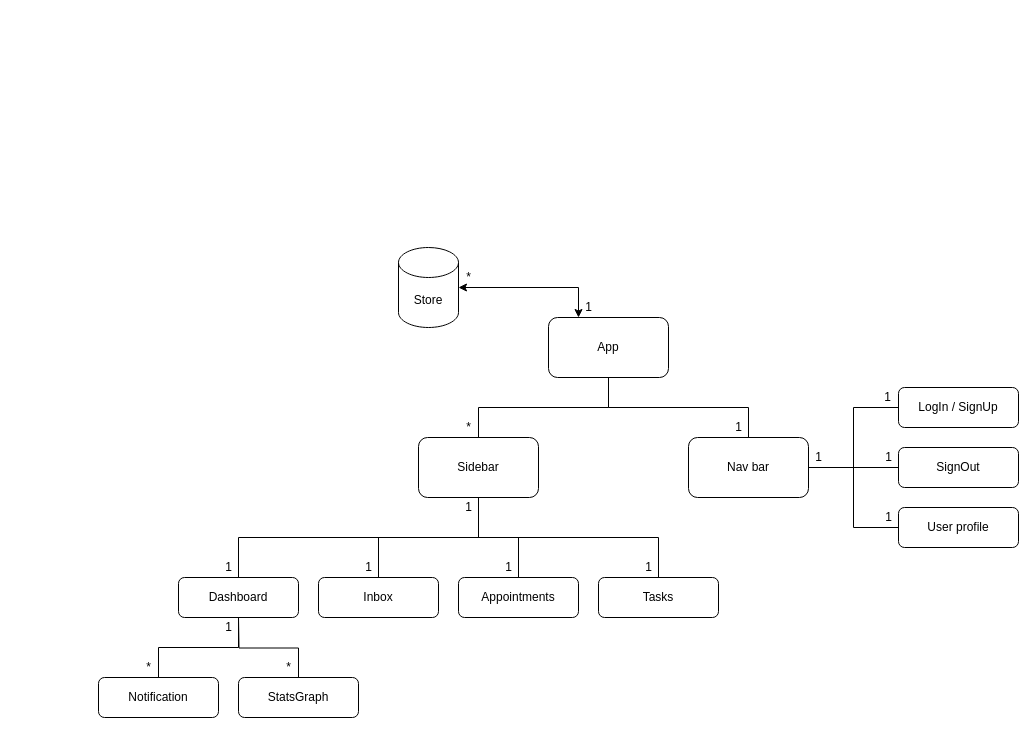
Before: wiki_docs/SAD/Domain model diagram.drawio in SamanthaGuillemette/SOEN390, a draw.io diagram. Source tidied: cells renumbered, new cells numbered last; positions are measured from the earlier drawing's top-left corner, leaving out a move shared by most shapes. Both pictures are drawn from the tidied source at 100%, with x=0, y=0 at pixel (98, 247).
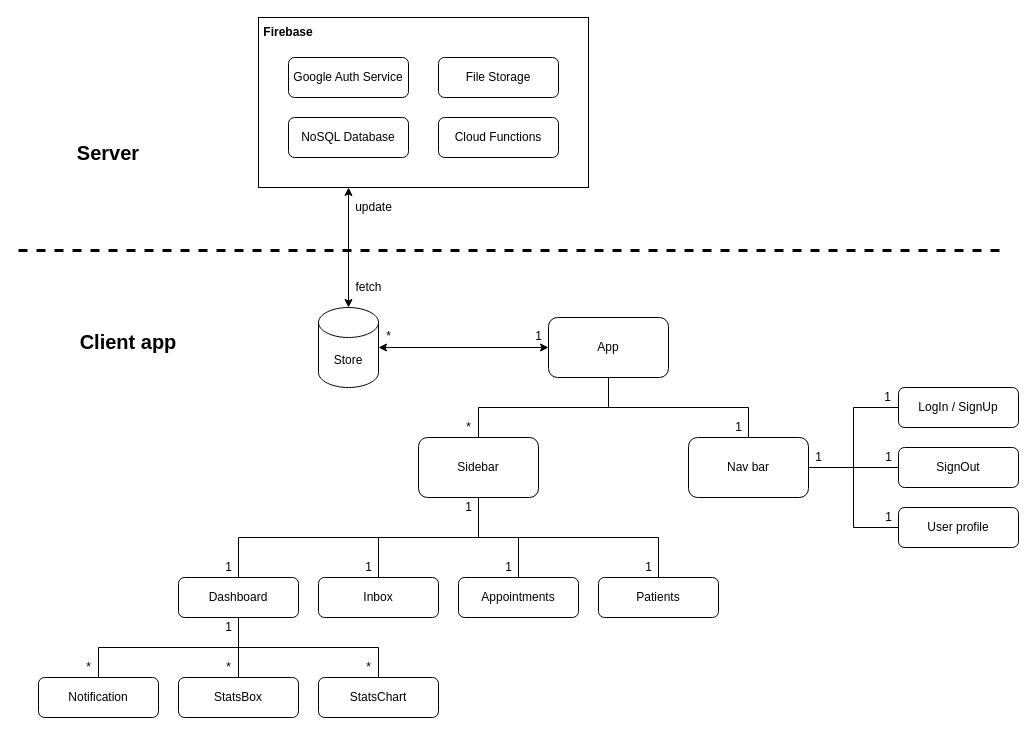
The same diagram, later.

Commit message (it also covers changes not shown here):
updated domain model diagram

Unchanged cells that the change refers to:
```xml
<mxCell id="4" value="App" style="rounded=1;whiteSpace=wrap;html=1;" parent="1" vertex="1">
  <mxGeometry x="450" y="70" width="120" height="60" as="geometry" />
</mxCell>
<mxCell id="22" value="Dashboard" style="rounded=1;whiteSpace=wrap;html=1;" parent="1" vertex="1">
  <mxGeometry x="80" y="330" width="120" height="40" as="geometry" />
</mxCell>
```

What changed in the source:
```diff
@@
+    <mxCell id="43" style="rounded=0;whiteSpace=wrap;html=1;" parent="1" vertex="1">
+      <mxGeometry x="160" y="-230" width="330" height="170" as="geometry" />
+    </mxCell>
@@
     <mxCell id="11" value="Notification" style="rounded=1;whiteSpace=wrap;html=1;" parent="1" vertex="1">
-      <mxGeometry y="430" width="120" height="40" as="geometry" />
+      <mxGeometry x="-60" y="430" width="120" height="40" as="geometry" />
     </mxCell>
-    <mxCell id="12" style="edgeStyle=orthogonalEdgeStyle;rounded=0;jettySize=auto;html=1;exitX=1;exitY=0.5;exitDx=0;exitDy=0;exitPerimeter=0;entryX=0.25;entryY=0;entryDx=0;entryDy=0;endArrow=classic;endFill=1;startArrow=classic;startFill=1;" parent="1" edge="1" source="13" target="4">
+    <mxCell id="12" style="edgeStyle=none;rounded=0;html=1;exitX=1;exitY=0.5;exitDx=0;exitDy=0;exitPerimeter=0;entryX=0;entryY=0.5;entryDx=0;entryDy=0;startArrow=classic;startFill=1;endArrow=classic;endFill=1;strokeWidth=1;" parent="1" edge="1" source="13" target="4">
       <mxGeometry relative="1" as="geometry" />
     </mxCell>
+    <mxCell id="44" style="edgeStyle=none;rounded=0;html=1;exitX=0.5;exitY=0;exitDx=0;exitDy=0;exitPerimeter=0;startArrow=classic;startFill=1;endArrow=classic;endFill=1;strokeWidth=1;" parent="1" edge="1" source="13">
+      <mxGeometry relative="1" as="geometry">
+        <mxPoint x="250" y="-60" as="targetPoint" />
+      </mxGeometry>
+    </mxCell>
     <mxCell id="13" value="Store" style="shape=cylinder3;whiteSpace=wrap;html=1;boundedLbl=1;backgroundOutline=1;size=15;" parent="1" vertex="1">
-      <mxGeometry x="300" width="60" height="80" as="geometry" />
+      <mxGeometry x="220" y="60" width="60" height="80" as="geometry" />
     </mxCell>
@@
-    <mxCell id="25" value="StatsGraph" style="rounded=1;whiteSpace=wrap;html=1;" parent="1" vertex="1">
-      <mxGeometry x="140" y="430" width="120" height="40" as="geometry" />
+    <mxCell id="25" value="StatsBox" style="rounded=1;whiteSpace=wrap;html=1;" parent="1" vertex="1">
+      <mxGeometry x="80" y="430" width="120" height="40" as="geometry" />
     </mxCell>
-    <mxCell id="26" value="Tasks" style="rounded=1;whiteSpace=wrap;html=1;" parent="1" vertex="1">
+    <mxCell id="26" value="Patients" style="rounded=1;whiteSpace=wrap;html=1;" parent="1" vertex="1">
       <mxGeometry x="500" y="330" width="120" height="40" as="geometry" />
     </mxCell>
@@
     <mxCell id="31" value="*" style="text;html=1;align=center;verticalAlign=middle;strokeColor=none;fillColor=none;" parent="1" vertex="1">
-      <mxGeometry x="360" y="20" width="20" height="20" as="geometry" />
+      <mxGeometry x="280" y="79" width="20" height="20" as="geometry" />
     </mxCell>
-    <mxCell id="32" value="1" style="text;html=1;align=center;verticalAlign=middle;strokeColor=none;fillColor=none;" parent="1" vertex="1">
-      <mxGeometry x="480" y="50" width="20" height="20" as="geometry" />
-    </mxCell>
@@
     <mxCell id="40" value="*" style="text;html=1;align=center;verticalAlign=middle;strokeColor=none;fillColor=none;" parent="1" vertex="1">
-      <mxGeometry x="40" y="410" width="20" height="20" as="geometry" />
+      <mxGeometry x="-20" y="410" width="20" height="20" as="geometry" />
     </mxCell>
     <mxCell id="41" value="*" style="text;html=1;align=center;verticalAlign=middle;strokeColor=none;fillColor=none;" parent="1" vertex="1">
-      <mxGeometry x="180" y="410" width="20" height="20" as="geometry" />
+      <mxGeometry x="120" y="410" width="20" height="20" as="geometry" />
     </mxCell>
@@
+    <mxCell id="45" style="edgeStyle=orthogonalEdgeStyle;html=1;exitX=0.5;exitY=0;exitDx=0;exitDy=0;entryX=0.5;entryY=1;entryDx=0;entryDy=0;rounded=0;endArrow=none;endFill=0;" parent="1" edge="1" source="46" target="22">
+      <mxGeometry relative="1" as="geometry" />
+    </mxCell>
+    <mxCell id="46" value="StatsChart" style="rounded=1;whiteSpace=wrap;html=1;" parent="1" vertex="1">
+      <mxGeometry x="220" y="430" width="120" height="40" as="geometry" />
+    </mxCell>
+    <mxCell id="47" value="*" style="text;html=1;align=center;verticalAlign=middle;strokeColor=none;fillColor=none;" parent="1" vertex="1">
+      <mxGeometry x="260" y="410" width="20" height="20" as="geometry" />
+    </mxCell>
+    <mxCell id="48" style="endArrow=none;dashed=1;html=1;rounded=0;strokeWidth=3;" parent="1" edge="1">
+      <mxGeometry relative="1" as="geometry">
+        <mxPoint x="-80" y="3" as="sourcePoint" />
+        <mxPoint x="910" y="3" as="targetPoint" />
+      </mxGeometry>
+    </mxCell>
+    <mxCell id="49" value="NoSQL Database" style="rounded=1;whiteSpace=wrap;html=1;" parent="1" vertex="1">
+      <mxGeometry x="190" y="-130" width="120" height="40" as="geometry" />
+    </mxCell>
+    <mxCell id="32" value="1" style="text;html=1;align=center;verticalAlign=middle;strokeColor=none;fillColor=none;" parent="1" vertex="1">
+      <mxGeometry x="430" y="79" width="20" height="20" as="geometry" />
+    </mxCell>
+    <mxCell id="50" value="Google Auth Service" style="rounded=1;whiteSpace=wrap;html=1;" parent="1" vertex="1">
+      <mxGeometry x="190" y="-190" width="120" height="40" as="geometry" />
+    </mxCell>
+    <mxCell id="51" value="File Storage" style="rounded=1;whiteSpace=wrap;html=1;" parent="1" vertex="1">
+      <mxGeometry x="340" y="-190" width="120" height="40" as="geometry" />
+    </mxCell>
+    <mxCell id="52" value="&lt;b&gt;Firebase&lt;/b&gt;" style="text;html=1;strokeColor=none;fillColor=none;align=center;verticalAlign=middle;whiteSpace=wrap;rounded=0;" parent="1" vertex="1">
+      <mxGeometry x="160" y="-230" width="60" height="30" as="geometry" />
+    </mxCell>
+    <mxCell id="53" value="Cloud Functions" style="rounded=1;whiteSpace=wrap;html=1;" parent="1" vertex="1">
+      <mxGeometry x="340" y="-130" width="120" height="40" as="geometry" />
+    </mxCell>
+    <mxCell id="54" value="fetch" style="text;html=1;align=center;verticalAlign=middle;strokeColor=none;fillColor=none;" parent="1" vertex="1">
+      <mxGeometry x="250" y="30" width="40" height="20" as="geometry" />
+    </mxCell>
+    <mxCell id="55" value="update" style="text;html=1;align=center;verticalAlign=middle;strokeColor=none;fillColor=none;" parent="1" vertex="1">
+      <mxGeometry x="250" y="-50" width="50" height="20" as="geometry" />
+    </mxCell>
+    <mxCell id="56" value="&lt;font size=&quot;1&quot;&gt;&lt;b style=&quot;font-size: 20px&quot;&gt;Server&lt;/b&gt;&lt;/font&gt;" style="text;html=1;strokeColor=none;fillColor=none;align=center;verticalAlign=middle;whiteSpace=wrap;rounded=0;" parent="1" vertex="1">
+      <mxGeometry x="-20" y="-110" width="60" height="30" as="geometry" />
+    </mxCell>
+    <mxCell id="57" value="&lt;font size=&quot;1&quot;&gt;&lt;b style=&quot;font-size: 20px&quot;&gt;Client app&lt;/b&gt;&lt;/font&gt;" style="text;html=1;strokeColor=none;fillColor=none;align=center;verticalAlign=middle;whiteSpace=wrap;rounded=0;" parent="1" vertex="1">
+      <mxGeometry x="-20" y="79" width="100" height="30" as="geometry" />
+    </mxCell>
```
